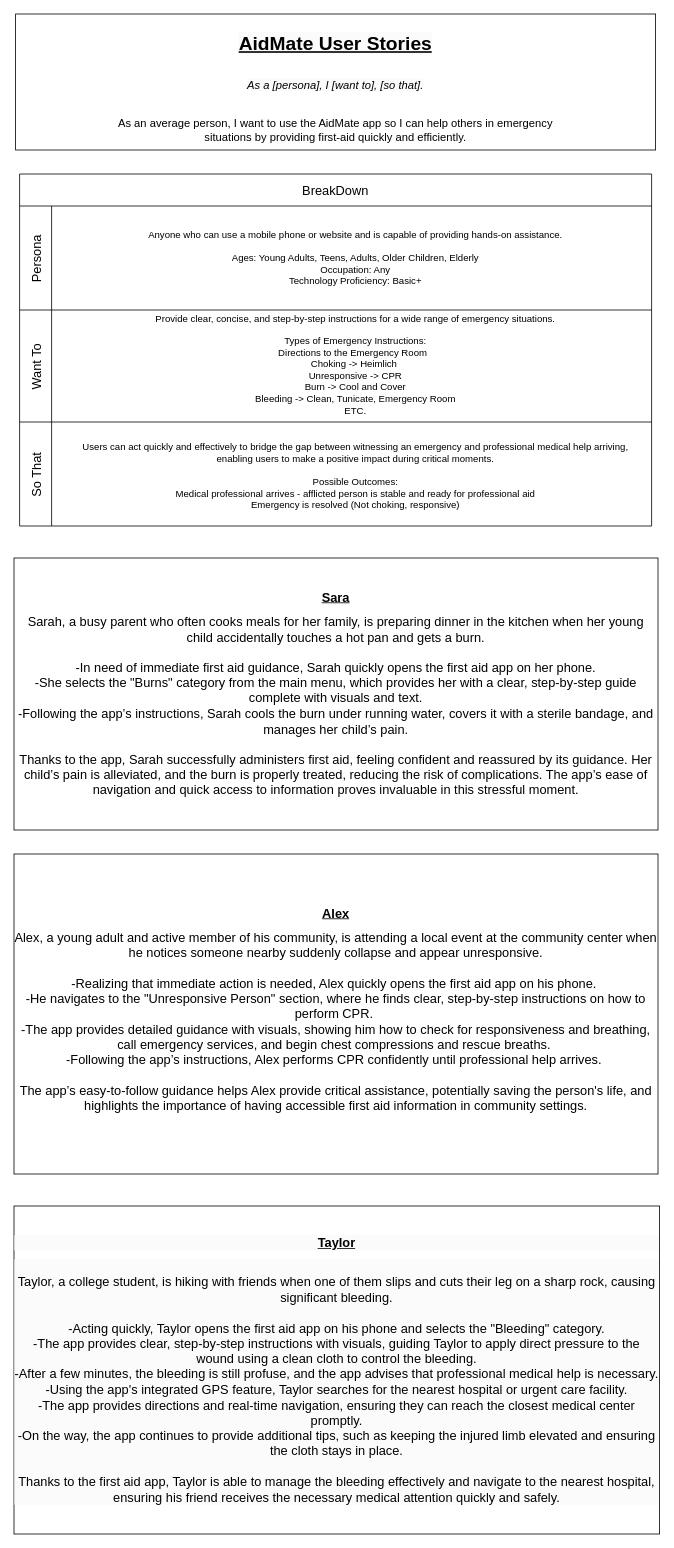
Earlier version of the draw.io diagram page "User Story" (2 of 9) of Untitled Diagram.drawio (mfmarson/AidMate). Source tidied: cells renumbered, new cells numbered last; positions are measured from the earlier drawing's top-left corner, leaving out a move shared by most shapes. Both pictures are drawn from the tidied source at 80%, with x=0, y=0 at pixel (14, 14).
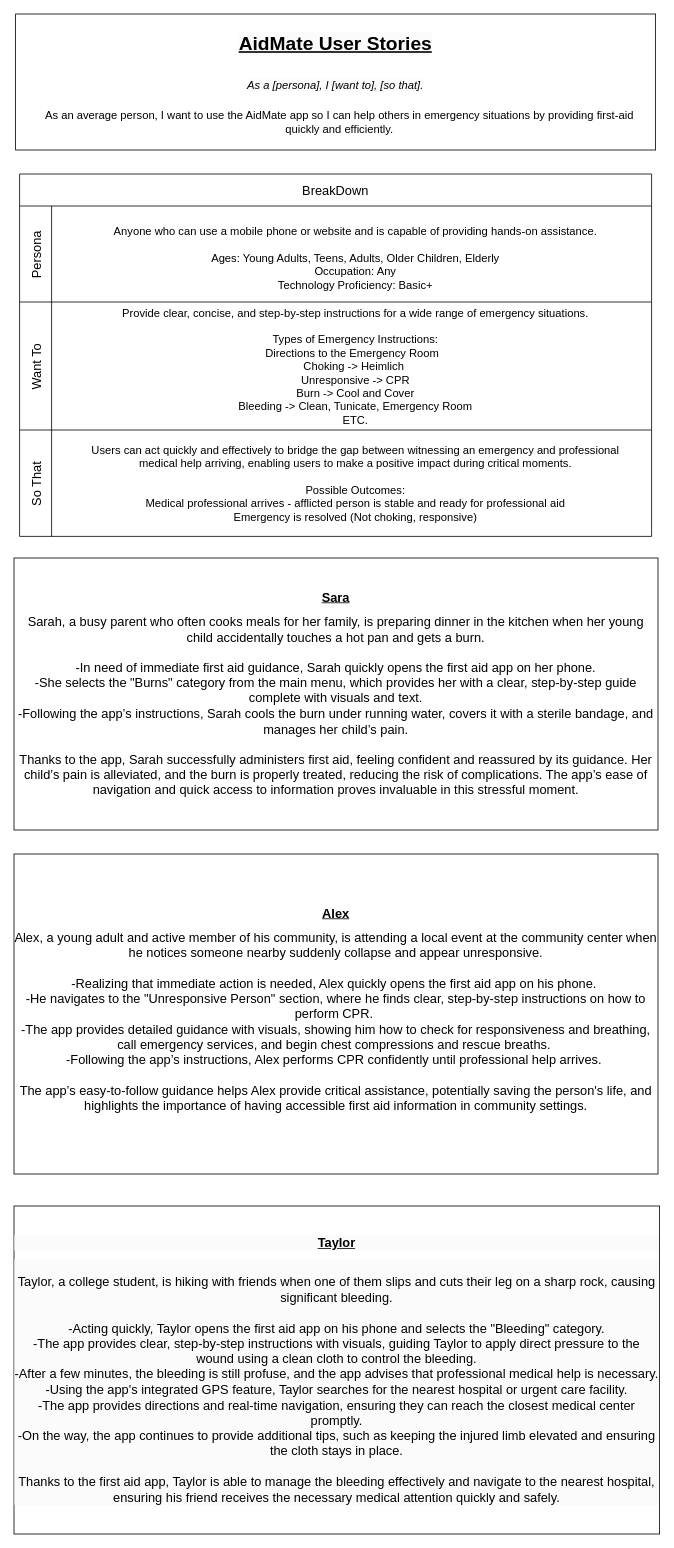
Above is the later version.

What changed in the source:
```diff
@@
 <mxGraphModel>
   <root>
     <mxCell id="0" />
     <mxCell id="1" parent="0" />
     <mxCell id="2" value="&lt;font style=&quot;font-size: 24px;&quot;&gt;&lt;b style=&quot;&quot;&gt;&lt;span style=&quot;color: rgb(0, 0, 0); font-family: Helvetica; font-style: normal; font-variant-ligatures: normal; font-variant-caps: normal; letter-spacing: normal; orphans: 2; text-align: left; text-indent: 0px; text-transform: none; widows: 2; word-spacing: 0px; -webkit-text-stroke-width: 0px; white-space: normal; background-color: rgb(251, 251, 251); text-decoration-thickness: initial; text-decoration-style: initial; text-decoration-color: initial; float: none; display: inline !important;&quot;&gt;&lt;u&gt;AidMate User Stories&lt;/u&gt;&lt;/span&gt;&lt;/b&gt;&lt;/font&gt;&lt;div&gt;&lt;font style=&quot;font-size: 24px;&quot;&gt;&lt;b style=&quot;&quot;&gt;&lt;br style=&quot;forced-color-adjust: none; color: rgb(0, 0, 0); font-family: Helvetica; font-style: normal; font-variant-ligatures: normal; font-variant-caps: normal; letter-spacing: normal; orphans: 2; text-align: left; text-indent: 0px; text-transform: none; widows: 2; word-spacing: 0px; -webkit-text-stroke-width: 0px; white-space: normal; background-color: rgb(251, 251, 251); text-decoration-thickness: initial; text-decoration-style: initial; text-decoration-color: initial;&quot;&gt;&lt;/b&gt;&lt;/font&gt;&lt;div&gt;&lt;font style=&quot;font-size: 14px;&quot;&gt;&lt;span style=&quot;color: rgb(0, 0, 0); font-family: Helvetica; font-variant-ligatures: normal; font-variant-caps: normal; letter-spacing: normal; orphans: 2; text-align: left; text-indent: 0px; text-transform: none; widows: 2; word-spacing: 0px; -webkit-text-stroke-width: 0px; white-space: normal; background-color: rgb(251, 251, 251); text-decoration-thickness: initial; text-decoration-style: initial; text-decoration-color: initial; float: none; display: inline !important;&quot;&gt;&lt;i&gt;As a [persona], I [want to], [so that].&lt;/i&gt;&lt;/span&gt;&lt;/font&gt;&lt;/div&gt;&lt;div&gt;&lt;font style=&quot;font-size: 14px;&quot;&gt;&lt;span style=&quot;color: rgb(0, 0, 0); font-family: Helvetica; font-variant-ligatures: normal; font-variant-caps: normal; letter-spacing: normal; orphans: 2; text-align: left; text-indent: 0px; text-transform: none; widows: 2; word-spacing: 0px; -webkit-text-stroke-width: 0px; white-space: normal; background-color: rgb(251, 251, 251); text-decoration-thickness: initial; text-decoration-style: initial; text-decoration-color: initial; float: none; display: inline !important;&quot;&gt;&lt;i&gt;&lt;br&gt;&lt;/i&gt;&lt;/span&gt;&lt;/font&gt;&lt;/div&gt;&lt;div&gt;&lt;font style=&quot;font-size: 14px;&quot;&gt;&lt;span style=&quot;color: rgb(0, 0, 0); font-family: Helvetica; font-variant-ligatures: normal; font-variant-caps: normal; letter-spacing: normal; orphans: 2; text-align: left; text-indent: 0px; text-transform: none; widows: 2; word-spacing: 0px; -webkit-text-stroke-width: 0px; white-space: normal; background-color: rgb(251, 251, 251); text-decoration-thickness: initial; text-decoration-style: initial; text-decoration-color: initial; float: none; display: inline !important;&quot;&gt;&lt;i&gt;&lt;br&gt;&lt;/i&gt;&lt;/span&gt;&lt;/font&gt;&lt;/div&gt;&lt;div&gt;&lt;font style=&quot;font-size: 14px;&quot;&gt;&lt;span style=&quot;color: rgb(0, 0, 0); font-family: Helvetica; font-variant-ligatures: normal; font-variant-caps: normal; letter-spacing: normal; orphans: 2; text-align: left; text-indent: 0px; text-transform: none; widows: 2; word-spacing: 0px; -webkit-text-stroke-width: 0px; white-space: normal; background-color: rgb(251, 251, 251); text-decoration-thickness: initial; text-decoration-style: initial; text-decoration-color: initial; float: none; display: inline !important;&quot;&gt;&lt;i&gt;&lt;br&gt;&lt;/i&gt;&lt;/span&gt;&lt;/font&gt;&lt;/div&gt;&lt;/div&gt;" style="rounded=0;whiteSpace=wrap;html=1;" parent="1" vertex="1">
       <mxGeometry x="2" width="800" height="170" as="geometry" />
     </mxCell>
     <mxCell id="3" value="&lt;span style=&quot;color: rgb(0, 0, 0); font-family: Helvetica; font-size: 14px; font-style: normal; font-variant-ligatures: normal; font-variant-caps: normal; font-weight: 400; letter-spacing: normal; orphans: 2; text-align: left; text-indent: 0px; text-transform: none; widows: 2; word-spacing: 0px; -webkit-text-stroke-width: 0px; white-space: normal; text-decoration-thickness: initial; text-decoration-style: initial; text-decoration-color: initial; float: none; display: inline !important;&quot;&gt;As an average person, I want to use the AidMate app so I can help others in emergency situations by providing first-aid quickly and efficiently.&lt;/span&gt;" style="text;html=1;align=center;verticalAlign=middle;whiteSpace=wrap;rounded=0;fontSize=14;labelBackgroundColor=default;" parent="1" vertex="1">
-      <mxGeometry x="127" y="90" width="550" height="110" as="geometry" />
+      <mxGeometry x="17" y="90" width="780" height="90" as="geometry" />
     </mxCell>
     <mxCell id="4" value="BreakDown" style="shape=table;childLayout=tableLayout;startSize=40;fontSize=16;" parent="1" vertex="1">
-      <mxGeometry x="7" y="200" width="790" height="440" as="geometry" />
+      <mxGeometry x="7" y="200" width="790" height="453" as="geometry" />
     </mxCell>
     <mxCell id="5" value="Persona" style="shape=tableRow;horizontal=0;swimlaneHead=0;swimlaneBody=0;top=0;left=0;strokeColor=inherit;bottom=0;right=0;fontStyle=0;fillColor=none;startSize=40;fontSize=16;" parent="4" vertex="1">
-      <mxGeometry y="40" width="790" height="130" as="geometry" />
+      <mxGeometry y="40" width="790" height="120" as="geometry" />
     </mxCell>
     <mxCell id="6" style="swimlane;swimlaneHead=0;swimlaneBody=0;fontStyle=0;strokeColor=inherit;fillColor=none;startSize=0;fontSize=16;" parent="5" vertex="1">
-      <mxGeometry x="40" width="750" height="130" as="geometry" />
+      <mxGeometry x="40" width="750" height="120" as="geometry" />
     </mxCell>
     <mxCell id="7" value="Want To" style="shape=tableRow;horizontal=0;swimlaneHead=0;swimlaneBody=0;top=0;left=0;strokeColor=inherit;bottom=0;right=0;fontStyle=0;fillColor=none;startSize=40;fontSize=16;" parent="4" vertex="1">
-      <mxGeometry y="170" width="790" height="140" as="geometry" />
+      <mxGeometry y="160" width="790" height="160" as="geometry" />
     </mxCell>
     <mxCell id="8" style="swimlane;swimlaneHead=0;swimlaneBody=0;fontStyle=0;strokeColor=inherit;fillColor=none;startSize=0;fontSize=16;" parent="7" vertex="1">
-      <mxGeometry x="40" width="750" height="140" as="geometry" />
+      <mxGeometry x="40" width="750" height="160" as="geometry" />
     </mxCell>
-    <mxCell id="9" value="Provide clear, concise, and step-by-step instructions for a wide range of emergency situations.&lt;div&gt;&lt;br&gt;&lt;/div&gt;&lt;div&gt;Types of Emergency Instructions:&lt;/div&gt;&lt;div&gt;Directions to the Emergency Room&amp;nbsp;&amp;nbsp;&lt;br&gt;Choking -&amp;gt; Heimlich&amp;nbsp;&lt;/div&gt;&lt;div&gt;Unresponsive -&amp;gt; CPR&lt;/div&gt;&lt;div&gt;Burn -&amp;gt; Cool and Cover&lt;/div&gt;&lt;div&gt;Bleeding -&amp;gt; Clean, Tunicate, Emergency Room&lt;/div&gt;&lt;div&gt;ETC.&lt;/div&gt;&lt;div&gt;&lt;br&gt;&lt;/div&gt;" style="text;html=1;align=center;verticalAlign=middle;whiteSpace=wrap;rounded=0;" parent="8" vertex="1">
-      <mxGeometry x="30" y="30" width="700" height="90" as="geometry" />
+    <mxCell id="9" value="Provide clear, concise, and step-by-step instructions for a wide range of emergency situations.&lt;div style=&quot;font-size: 14px;&quot;&gt;&lt;br style=&quot;font-size: 14px;&quot;&gt;&lt;/div&gt;&lt;div style=&quot;font-size: 14px;&quot;&gt;Types of Emergency Instructions:&lt;/div&gt;&lt;div style=&quot;font-size: 14px;&quot;&gt;Directions to the Emergency Room&amp;nbsp;&amp;nbsp;&lt;br style=&quot;font-size: 14px;&quot;&gt;Choking -&amp;gt; Heimlich&amp;nbsp;&lt;/div&gt;&lt;div style=&quot;font-size: 14px;&quot;&gt;Unresponsive -&amp;gt; CPR&lt;/div&gt;&lt;div style=&quot;font-size: 14px;&quot;&gt;Burn -&amp;gt; Cool and Cover&lt;/div&gt;&lt;div style=&quot;font-size: 14px;&quot;&gt;Bleeding -&amp;gt; Clean, Tunicate, Emergency Room&lt;/div&gt;&lt;div style=&quot;font-size: 14px;&quot;&gt;ETC.&lt;/div&gt;&lt;div style=&quot;font-size: 14px;&quot;&gt;&lt;br style=&quot;font-size: 14px;&quot;&gt;&lt;/div&gt;" style="text;html=1;align=center;verticalAlign=middle;whiteSpace=wrap;rounded=0;fontSize=14;" parent="8" vertex="1">
+      <mxGeometry x="30" y="44" width="700" height="90" as="geometry" />
     </mxCell>
     <mxCell id="10" value="So That" style="shape=tableRow;horizontal=0;swimlaneHead=0;swimlaneBody=0;top=0;left=0;strokeColor=inherit;bottom=0;right=0;fontStyle=0;fillColor=none;startSize=40;fontSize=16;" parent="4" vertex="1">
-      <mxGeometry y="310" width="790" height="130" as="geometry" />
+      <mxGeometry y="320" width="790" height="133" as="geometry" />
     </mxCell>
     <mxCell id="11" style="swimlane;swimlaneHead=0;swimlaneBody=0;fontStyle=0;strokeColor=inherit;fillColor=none;startSize=0;fontSize=16;" parent="10" vertex="1">
-      <mxGeometry x="40" width="750" height="130" as="geometry" />
+      <mxGeometry x="40" width="750" height="133" as="geometry" />
     </mxCell>
-    <mxCell id="12" value="Users can act quickly and effectively to bridge the gap between witnessing an emergency and professional medical help arriving, enabling users to make a positive impact during critical moments.&lt;div&gt;&lt;br&gt;&lt;/div&gt;&lt;div&gt;Possible Outcomes:&lt;/div&gt;&lt;div&gt;Medical professional arrives - afflicted person is stable and ready for professional aid&lt;/div&gt;&lt;div&gt;Emergency is resolved (Not choking, responsive)&lt;/div&gt;&lt;div&gt;&lt;br&gt;&lt;/div&gt;" style="text;html=1;align=center;verticalAlign=middle;whiteSpace=wrap;rounded=0;" parent="11" vertex="1">
+    <mxCell id="12" value="Users can act quickly and effectively to bridge the gap between witnessing an emergency and professional medical help arriving, enabling users to make a positive impact during critical moments.&lt;div style=&quot;font-size: 14px;&quot;&gt;&lt;br style=&quot;font-size: 14px;&quot;&gt;&lt;/div&gt;&lt;div style=&quot;font-size: 14px;&quot;&gt;Possible Outcomes:&lt;/div&gt;&lt;div style=&quot;font-size: 14px;&quot;&gt;Medical professional arrives - afflicted person is stable and ready for professional aid&lt;/div&gt;&lt;div style=&quot;font-size: 14px;&quot;&gt;Emergency is resolved (Not choking, responsive)&lt;/div&gt;&lt;div style=&quot;font-size: 14px;&quot;&gt;&lt;br style=&quot;font-size: 14px;&quot;&gt;&lt;/div&gt;" style="text;html=1;align=center;verticalAlign=middle;whiteSpace=wrap;rounded=0;fontSize=14;" parent="11" vertex="1">
       <mxGeometry x="30" y="30" width="700" height="90" as="geometry" />
     </mxCell>
-    <mxCell id="13" value="Anyone who can use a mobile phone or website and is capable of providing hands-on assistance.&lt;div&gt;&lt;br&gt;&lt;/div&gt;&lt;div&gt;Ages: Young Adults, Teens, Adults, Older Children, Elderly&lt;/div&gt;&lt;div&gt;Occupation: Any&lt;/div&gt;&lt;div&gt;Technology Proficiency: Basic+&lt;/div&gt;" style="text;html=1;align=center;verticalAlign=middle;whiteSpace=wrap;rounded=0;" parent="1" vertex="1">
+    <mxCell id="13" value="Anyone who can use a mobile phone or website and is capable of providing hands-on assistance.&lt;div style=&quot;font-size: 14px;&quot;&gt;&lt;br style=&quot;font-size: 14px;&quot;&gt;&lt;/div&gt;&lt;div style=&quot;font-size: 14px;&quot;&gt;Ages: Young Adults, Teens, Adults, Older Children, Elderly&lt;/div&gt;&lt;div style=&quot;font-size: 14px;&quot;&gt;Occupation: Any&lt;/div&gt;&lt;div style=&quot;font-size: 14px;&quot;&gt;Technology Proficiency: Basic+&lt;/div&gt;" style="text;html=1;align=center;verticalAlign=middle;whiteSpace=wrap;rounded=0;fontSize=14;" parent="1" vertex="1">
       <mxGeometry x="77" y="260" width="700" height="90" as="geometry" />
     </mxCell>
     <mxCell id="14" value="&lt;h1 style=&quot;forced-color-adjust: none; margin-top: 0px; font-size: 16px;&quot;&gt;&lt;u style=&quot;forced-color-adjust: none; font-size: 16px;&quot;&gt;Sara&lt;/u&gt;&lt;/h1&gt;&lt;div style=&quot;forced-color-adjust: none; font-size: 16px;&quot;&gt;&lt;div style=&quot;forced-color-adjust: none; font-size: 16px;&quot;&gt;&lt;font style=&quot;forced-color-adjust: none; font-size: 16px;&quot;&gt;Sarah, a busy parent who often cooks meals for her family, is preparing dinner in the kitchen when her young child accidentally touches a hot pan and gets a burn.&lt;/font&gt;&lt;/div&gt;&lt;div style=&quot;forced-color-adjust: none; font-size: 16px;&quot;&gt;&lt;font style=&quot;forced-color-adjust: none; font-size: 16px;&quot;&gt;&lt;br style=&quot;forced-color-adjust: none; font-size: 16px;&quot;&gt;-In need of immediate first aid guidance, Sarah quickly opens the first aid app on her phone.&lt;br style=&quot;forced-color-adjust: none; font-size: 16px;&quot;&gt;-She selects the &quot;Burns&quot; category from the main menu, which provides her with a clear, step-by-step guide complete with&lt;span style=&quot;forced-color-adjust: none; white-space: pre; font-size: 16px;&quot;&gt;&lt;span style=&quot;white-space: pre; font-size: 16px;&quot;&gt;&amp;nbsp;&lt;/span&gt;&lt;/span&gt;visuals and text.&lt;br style=&quot;forced-color-adjust: none; font-size: 16px;&quot;&gt;-Following the app’s instructions, Sarah cools the burn under running water, covers it with a sterile bandage, and manages her child’s pain.&lt;br style=&quot;forced-color-adjust: none; font-size: 16px;&quot;&gt;&lt;br style=&quot;forced-color-adjust: none; font-size: 16px;&quot;&gt;Thanks to the app, Sarah successfully administers first aid, feeling confident and reassured by its guidance. Her child’s pain is alleviated, and the burn is properly treated, reducing the risk of complications. The app’s ease of navigation and quick access to information proves invaluable in this stressful moment.&lt;/font&gt;&lt;/div&gt;&lt;/div&gt;" style="rounded=0;whiteSpace=wrap;html=1;fontSize=16;align=center;" parent="1" vertex="1">
       <mxGeometry y="680" width="805" height="340" as="geometry" />
     </mxCell>
     <mxCell id="15" value="&lt;h1 style=&quot;margin-top: 0px; font-size: 16px;&quot;&gt;&lt;u style=&quot;font-size: 16px;&quot;&gt;Alex&lt;/u&gt;&lt;/h1&gt;&lt;h1 style=&quot;margin-top: 0px; font-size: 16px;&quot;&gt;&lt;div style=&quot;font-size: 16px;&quot;&gt;&lt;div style=&quot;font-size: 16px;&quot;&gt;&lt;span style=&quot;background-color: initial; font-weight: normal; font-size: 16px;&quot;&gt;&lt;font style=&quot;font-size: 16px;&quot;&gt;Alex, a young adult and active member of his community, is attending a local event at the community center when he notices someone nearby suddenly collapse and appear unresponsive.&lt;/font&gt;&lt;/span&gt;&lt;/div&gt;&lt;font style=&quot;font-weight: normal; font-size: 16px;&quot;&gt;&lt;div style=&quot;font-size: 16px;&quot;&gt;&lt;br style=&quot;font-size: 16px;&quot;&gt;&lt;/div&gt;&lt;div style=&quot;font-size: 16px;&quot;&gt;&lt;span style=&quot;background-color: initial; font-size: 16px;&quot;&gt;-Realizing that immediate action is needed, Alex quickly opens the first aid app on his phone.&amp;nbsp;&lt;/span&gt;&lt;/div&gt;&lt;/font&gt;&lt;/div&gt;&lt;div style=&quot;font-size: 16px;&quot;&gt;&lt;font style=&quot;font-weight: normal; font-size: 16px;&quot;&gt;-He navigates to the &quot;Unresponsive Person&quot; section, where he finds clear, step-by-step instructions on how to perform CPR.&amp;nbsp;&lt;/font&gt;&lt;/div&gt;&lt;div style=&quot;font-size: 16px;&quot;&gt;&lt;font style=&quot;font-weight: normal; font-size: 16px;&quot;&gt;-The app provides detailed guidance with visuals, showing him how to check for responsiveness and breathing, call emergency services, and begin chest compressions and rescue breaths.&amp;nbsp;&lt;/font&gt;&lt;/div&gt;&lt;div style=&quot;font-size: 16px;&quot;&gt;&lt;font style=&quot;font-weight: normal; font-size: 16px;&quot;&gt;-Following the app’s instructions, Alex performs CPR confidently until professional help arrives.&amp;nbsp;&lt;/font&gt;&lt;/div&gt;&lt;div style=&quot;font-size: 16px;&quot;&gt;&lt;font style=&quot;font-weight: normal; font-size: 16px;&quot;&gt;&lt;br style=&quot;font-size: 16px;&quot;&gt;&lt;/font&gt;&lt;/div&gt;&lt;div style=&quot;font-size: 16px;&quot;&gt;&lt;font style=&quot;font-weight: normal; font-size: 16px;&quot;&gt;The app’s easy-to-follow guidance helps Alex provide critical assistance, potentially saving the person's life, and highlights the importance of having accessible first aid information in community settings.&lt;/font&gt;&lt;/div&gt;&lt;/h1&gt;" style="rounded=0;whiteSpace=wrap;html=1;align=center;fontSize=16;" parent="1" vertex="1">
       <mxGeometry y="1050" width="805" height="400" as="geometry" />
     </mxCell>
     <mxCell id="16" value="&lt;h1 style=&quot;forced-color-adjust: none; color: rgb(0, 0, 0); font-family: Helvetica; font-style: normal; font-variant-ligatures: normal; font-variant-caps: normal; letter-spacing: normal; orphans: 2; text-indent: 0px; text-transform: none; widows: 2; word-spacing: 0px; -webkit-text-stroke-width: 0px; white-space: normal; background-color: rgb(251, 251, 251); text-decoration-thickness: initial; text-decoration-style: initial; text-decoration-color: initial; margin-top: 0px; font-size: 16px;&quot;&gt;&lt;span style=&quot;forced-color-adjust: none; background-color: initial; font-size: 16px;&quot;&gt;&lt;u style=&quot;forced-color-adjust: none; font-size: 16px;&quot;&gt;Taylor&lt;/u&gt;&lt;/span&gt;&lt;/h1&gt;&lt;div style=&quot;forced-color-adjust: none; color: rgb(0, 0, 0); font-family: Helvetica; font-size: 16px; font-style: normal; font-variant-ligatures: normal; font-variant-caps: normal; font-weight: 400; letter-spacing: normal; orphans: 2; text-indent: 0px; text-transform: none; widows: 2; word-spacing: 0px; -webkit-text-stroke-width: 0px; white-space: normal; background-color: rgb(251, 251, 251); text-decoration-thickness: initial; text-decoration-style: initial; text-decoration-color: initial;&quot;&gt;&lt;div style=&quot;forced-color-adjust: none; font-size: 16px;&quot;&gt;&lt;br style=&quot;forced-color-adjust: none; font-size: 16px;&quot;&gt;&lt;/div&gt;&lt;div style=&quot;forced-color-adjust: none; font-size: 16px;&quot;&gt;&lt;div style=&quot;forced-color-adjust: none; font-size: 16px;&quot;&gt;&lt;font style=&quot;forced-color-adjust: none; font-size: 16px;&quot;&gt;Taylor, a college student, is hiking with friends when one of them slips and cuts their leg on a sharp rock, causing significant bleeding.&lt;br style=&quot;forced-color-adjust: none; font-size: 16px;&quot;&gt;&lt;br style=&quot;forced-color-adjust: none; font-size: 16px;&quot;&gt;-Acting quickly, Taylor opens the first aid app on his phone and selects the &quot;Bleeding&quot; category.&lt;br style=&quot;forced-color-adjust: none; font-size: 16px;&quot;&gt;-The app provides clear, step-by-step instructions with visuals, guiding Taylor to apply direct pressure to the wound using a clean cloth to control the bleeding.&lt;br style=&quot;forced-color-adjust: none; font-size: 16px;&quot;&gt;-After a few minutes, the bleeding is still profuse, and the app advises that professional medical help is necessary.&lt;/font&gt;&lt;/div&gt;&lt;div style=&quot;forced-color-adjust: none; font-size: 16px;&quot;&gt;&lt;span style=&quot;forced-color-adjust: none; font-size: 16px; background-color: initial;&quot;&gt;-Using the app's integrated GPS feature, Taylor searches for the nearest hospital or urgent care facility.&lt;br style=&quot;forced-color-adjust: none; font-size: 16px;&quot;&gt;-The app provides directions and real-time navigation, ensuring they can reach the closest medical center promptly.&lt;br style=&quot;forced-color-adjust: none; font-size: 16px;&quot;&gt;-On the way, the app continues to provide additional tips, such as keeping the injured limb elevated and ensuring the cloth stays in place.&lt;br style=&quot;forced-color-adjust: none; font-size: 16px;&quot;&gt;&lt;br style=&quot;forced-color-adjust: none; font-size: 16px;&quot;&gt;Thanks to the first aid app, Taylor is able to manage the bleeding effectively and navigate to the nearest hospital, ensuring his friend receives the necessary medical attention quickly and safely.&lt;/span&gt;&lt;/div&gt;&lt;/div&gt;&lt;/div&gt;" style="rounded=0;whiteSpace=wrap;html=1;align=center;fontSize=16;" parent="1" vertex="1">
       <mxGeometry y="1490" width="807" height="410" as="geometry" />
     </mxCell>
   </root>
 </mxGraphModel>
```
